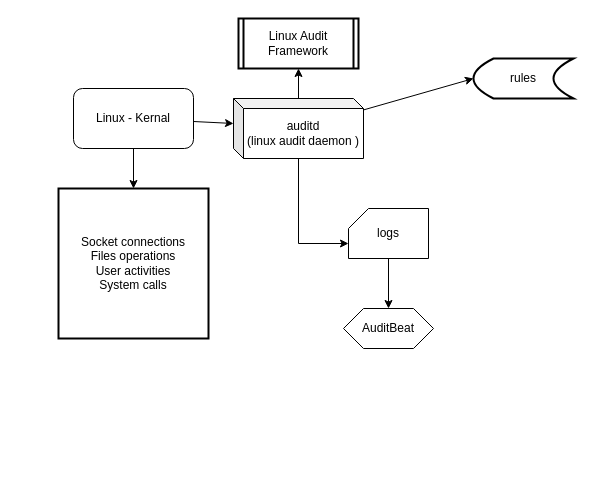
The draw.io diagram My Articles/elastic stack/Audit Beat Understanding.drawio in paramothers/books, before the edit. Source tidied: cells renumbered, new cells numbered last; positions are measured from the earlier drawing's top-left corner, leaving out a move shared by most shapes. Both pictures are drawn from the tidied source at 100%, with x=0, y=0 at pixel (58, 18).
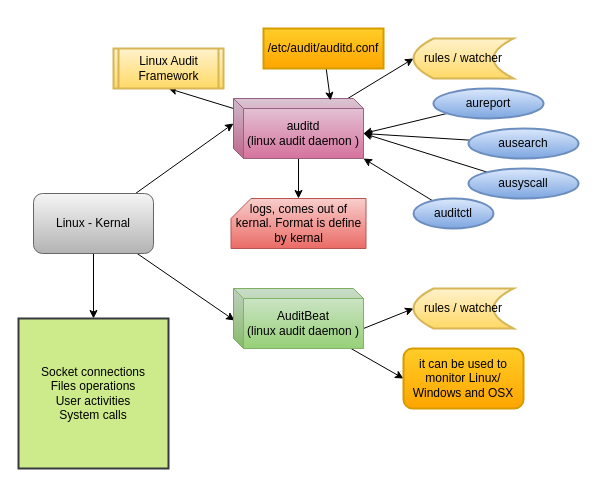
The same page after the edit.

What changed in the source:
```diff
@@
-    <mxCell id="2" style="edgeStyle=orthogonalEdgeStyle;rounded=0;jettySize=auto;html=1;entryX=0;entryY=0;entryDx=0;entryDy=35;entryPerimeter=0;" parent="1" edge="1" source="5" target="7">
+    <mxCell id="2" style="edgeStyle=orthogonalEdgeStyle;rounded=0;jettySize=auto;html=1;" parent="1" edge="1" source="5" target="7">
       <mxGeometry relative="1" as="geometry" />
     </mxCell>
@@
-    <mxCell id="5" value="auditd&lt;br&gt;(linux audit daemon )" style="shape=cube;whiteSpace=wrap;html=1;boundedLbl=1;backgroundOutline=1;darkOpacity=0.05;darkOpacity2=0.1;size=10;" parent="1" vertex="1">
+    <mxCell id="5" value="auditd&lt;br&gt;(linux audit daemon )" style="shape=cube;whiteSpace=wrap;html=1;boundedLbl=1;backgroundOutline=1;darkOpacity=0.05;darkOpacity2=0.1;size=10;gradientColor=#d5739d;fillColor=#e6d0de;strokeColor=#996185;" parent="1" vertex="1">
       <mxGeometry x="175" y="80" width="130" height="60" as="geometry" />
     </mxCell>
-    <mxCell id="6" style="rounded=0;jettySize=auto;html=1;" parent="1" edge="1" source="7" target="8">
-      <mxGeometry relative="1" as="geometry" />
-    </mxCell>
-    <mxCell id="7" value="logs" style="shape=card;whiteSpace=wrap;html=1;size=20;" parent="1" vertex="1">
-      <mxGeometry x="290" y="190" width="80" height="50" as="geometry" />
+    <mxCell id="7" value="logs, comes out of kernal. Format is define by kernal" style="shape=card;whiteSpace=wrap;html=1;size=20;gradientColor=#ea6b66;fillColor=#f8cecc;strokeColor=#b85450;" parent="1" vertex="1">
+      <mxGeometry x="172.5" y="180" width="135" height="50" as="geometry" />
     </mxCell>
-    <mxCell id="8" value="AuditBeat" style="shape=hexagon;perimeter=hexagonPerimeter2;whiteSpace=wrap;html=1;fixedSize=1;" parent="1" vertex="1">
-      <mxGeometry x="285" y="290" width="90" height="40" as="geometry" />
-    </mxCell>
+    <mxCell id="15" style="edgeStyle=none;rounded=0;jettySize=auto;html=1;entryX=0;entryY=0.5;entryDx=0;entryDy=0;exitX=1;exitY=0.667;exitDx=0;exitDy=0;exitPerimeter=0;" parent="1" edge="1" source="29" target="27">
+      <mxGeometry relative="1" as="geometry" />
+    </mxCell>
@@
+    <mxCell id="16" style="edgeStyle=none;rounded=0;jettySize=auto;html=1;entryX=0.008;entryY=0.533;entryDx=0;entryDy=0;entryPerimeter=0;" parent="1" edge="1" source="11" target="29">
+      <mxGeometry relative="1" as="geometry" />
+    </mxCell>
-    <mxCell id="11" value="Linux - Kernal" style="rounded=1;whiteSpace=wrap;html=1;" parent="1" vertex="1">
-      <mxGeometry x="15" y="70" width="120" height="60" as="geometry" />
+    <mxCell id="11" value="Linux - Kernal" style="rounded=1;whiteSpace=wrap;html=1;gradientColor=#b3b3b3;fillColor=#f5f5f5;strokeColor=#666666;" parent="1" vertex="1">
+      <mxGeometry x="-25" y="175" width="120" height="60" as="geometry" />
     </mxCell>
-    <mxCell id="12" value="Socket connections&lt;br&gt;Files operations&lt;br&gt;User activities&lt;br&gt;System calls" style="text;html=1;fillColor=none;align=center;verticalAlign=middle;whiteSpace=wrap;rounded=0;strokeColor=#000000;strokeWidth=2;" parent="1" vertex="1">
-      <mxGeometry y="170" width="150" height="150" as="geometry" />
+    <mxCell id="12" value="Socket connections&lt;br&gt;Files operations&lt;br&gt;User activities&lt;br&gt;System calls" style="text;html=1;fillColor=#cdeb8b;align=center;verticalAlign=middle;whiteSpace=wrap;rounded=0;strokeColor=#36393d;strokeWidth=2;" parent="1" vertex="1">
+      <mxGeometry x="-40" y="300" width="150" height="150" as="geometry" />
     </mxCell>
-    <mxCell id="13" value="Linux Audit Framework" style="shape=process;whiteSpace=wrap;html=1;backgroundOutline=1;strokeColor=#000000;strokeWidth=2;size=0.041666666666666664;" parent="1" vertex="1">
-      <mxGeometry x="180" width="120" height="50" as="geometry" />
+    <mxCell id="13" value="Linux Audit Framework" style="shape=process;whiteSpace=wrap;html=1;backgroundOutline=1;strokeColor=#d6b656;strokeWidth=2;size=0.041666666666666664;gradientColor=#ffd966;fillColor=#fff2cc;" parent="1" vertex="1">
+      <mxGeometry x="55" y="30" width="110" height="40" as="geometry" />
     </mxCell>
-    <mxCell id="14" value="rules" style="shape=dataStorage;whiteSpace=wrap;html=1;fixedSize=1;strokeColor=#000000;strokeWidth=2;" parent="1" vertex="1">
-      <mxGeometry x="415" y="40" width="100" height="40" as="geometry" />
+    <mxCell id="14" value="rules / watcher" style="shape=dataStorage;whiteSpace=wrap;html=1;fixedSize=1;strokeColor=#d6b656;strokeWidth=2;gradientColor=#ffd966;fillColor=#fff2cc;" parent="1" vertex="1">
+      <mxGeometry x="355" y="20" width="100" height="40" as="geometry" />
     </mxCell>
+    <mxCell id="17" style="edgeStyle=none;rounded=0;jettySize=auto;html=1;entryX=1;entryY=1;entryDx=0;entryDy=0;entryPerimeter=0;" parent="1" edge="1" source="18" target="5">
+      <mxGeometry relative="1" as="geometry" />
+    </mxCell>
+    <mxCell id="18" value="auditctl" style="ellipse;whiteSpace=wrap;html=1;strokeColor=#6c8ebf;strokeWidth=2;gradientColor=#7ea6e0;fillColor=#dae8fc;" parent="1" vertex="1">
+      <mxGeometry x="355" y="180" width="80" height="30" as="geometry" />
+    </mxCell>
+    <mxCell id="19" style="edgeStyle=none;rounded=0;jettySize=auto;html=1;entryX=0.746;entryY=0.033;entryDx=0;entryDy=0;entryPerimeter=0;" parent="1" edge="1" source="20" target="5">
+      <mxGeometry relative="1" as="geometry" />
+    </mxCell>
+    <mxCell id="20" value="/etc/audit/auditd.conf" style="rounded=0;whiteSpace=wrap;html=1;strokeColor=#d79b00;strokeWidth=2;gradientColor=#ffa500;fillColor=#ffcd28;" parent="1" vertex="1">
+      <mxGeometry x="205" y="10" width="120" height="40" as="geometry" />
+    </mxCell>
+    <mxCell id="21" style="edgeStyle=none;rounded=0;jettySize=auto;html=1;entryX=0;entryY=0;entryDx=130;entryDy=35;entryPerimeter=0;" parent="1" edge="1" source="22" target="5">
+      <mxGeometry relative="1" as="geometry" />
+    </mxCell>
+    <mxCell id="22" value="ausyscall" style="ellipse;whiteSpace=wrap;html=1;strokeColor=#6c8ebf;strokeWidth=2;gradientColor=#7ea6e0;fillColor=#dae8fc;" parent="1" vertex="1">
+      <mxGeometry x="410" y="150" width="110" height="30" as="geometry" />
+    </mxCell>
+    <mxCell id="23" style="edgeStyle=none;rounded=0;jettySize=auto;html=1;entryX=0;entryY=0;entryDx=130;entryDy=35;entryPerimeter=0;" parent="1" edge="1" source="24" target="5">
+      <mxGeometry relative="1" as="geometry" />
+    </mxCell>
+    <mxCell id="24" value="ausearch" style="ellipse;whiteSpace=wrap;html=1;strokeColor=#6c8ebf;strokeWidth=2;gradientColor=#7ea6e0;fillColor=#dae8fc;" parent="1" vertex="1">
+      <mxGeometry x="410" y="110" width="110" height="30" as="geometry" />
+    </mxCell>
+    <mxCell id="25" style="edgeStyle=none;rounded=0;jettySize=auto;html=1;entryX=0;entryY=0;entryDx=130;entryDy=35;entryPerimeter=0;" parent="1" edge="1" source="26" target="5">
+      <mxGeometry relative="1" as="geometry" />
+    </mxCell>
+    <mxCell id="26" value="aureport" style="ellipse;whiteSpace=wrap;html=1;strokeColor=#6c8ebf;strokeWidth=2;gradientColor=#7ea6e0;fillColor=#dae8fc;" parent="1" vertex="1">
+      <mxGeometry x="375" y="70" width="110" height="30" as="geometry" />
+    </mxCell>
+    <mxCell id="27" value="rules / watcher" style="shape=dataStorage;whiteSpace=wrap;html=1;fixedSize=1;strokeColor=#d6b656;strokeWidth=2;gradientColor=#ffd966;fillColor=#fff2cc;" parent="1" vertex="1">
+      <mxGeometry x="355" y="270" width="100" height="40" as="geometry" />
+    </mxCell>
+    <mxCell id="28" style="edgeStyle=none;rounded=0;jettySize=auto;html=1;entryX=0;entryY=0.5;entryDx=0;entryDy=0;" parent="1" edge="1" source="29" target="30">
+      <mxGeometry relative="1" as="geometry" />
+    </mxCell>
+    <mxCell id="29" value="AuditBeat&lt;br&gt;(linux audit daemon )" style="shape=cube;whiteSpace=wrap;html=1;boundedLbl=1;backgroundOutline=1;darkOpacity=0.05;darkOpacity2=0.1;size=10;gradientColor=#97d077;fillColor=#d5e8d4;strokeColor=#82b366;" parent="1" vertex="1">
+      <mxGeometry x="175" y="270" width="130" height="60" as="geometry" />
+    </mxCell>
+    <mxCell id="30" value="it can be used to monitor Linux/ Windows and OSX" style="rounded=1;whiteSpace=wrap;html=1;strokeColor=#d79b00;strokeWidth=2;gradientColor=#ffa500;fillColor=#ffcd28;" parent="1" vertex="1">
+      <mxGeometry x="345" y="330" width="120" height="60" as="geometry" />
+    </mxCell>
```
